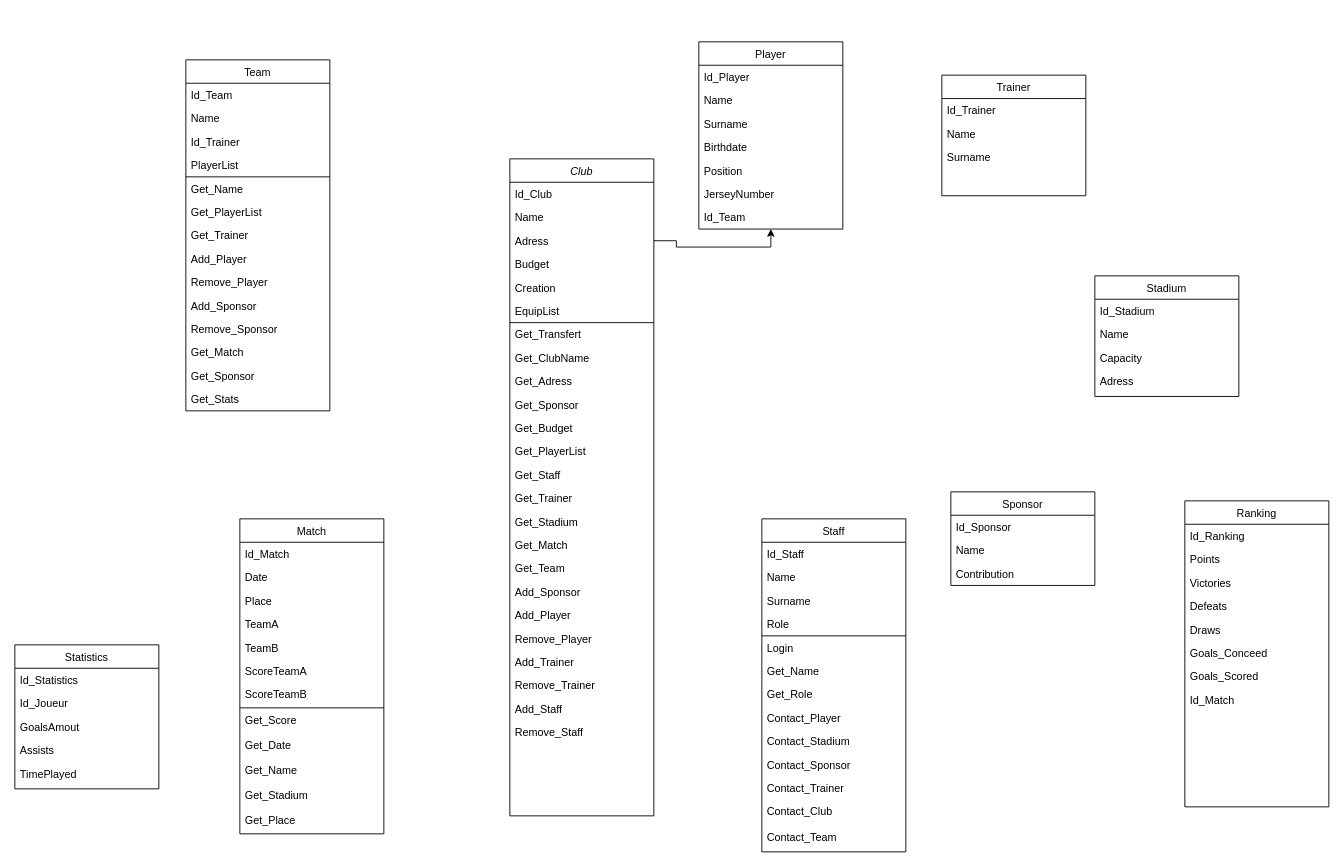
Before: Diagramme sans nom.drawio in Maxou-153/MonomeBreche, a draw.io diagram. Source tidied: cells renumbered, new cells numbered last; positions are measured from the earlier drawing's top-left corner, leaving out a move shared by most shapes. Both pictures are drawn from the tidied source at 90%, with x=0, y=0 at pixel (14, 41).
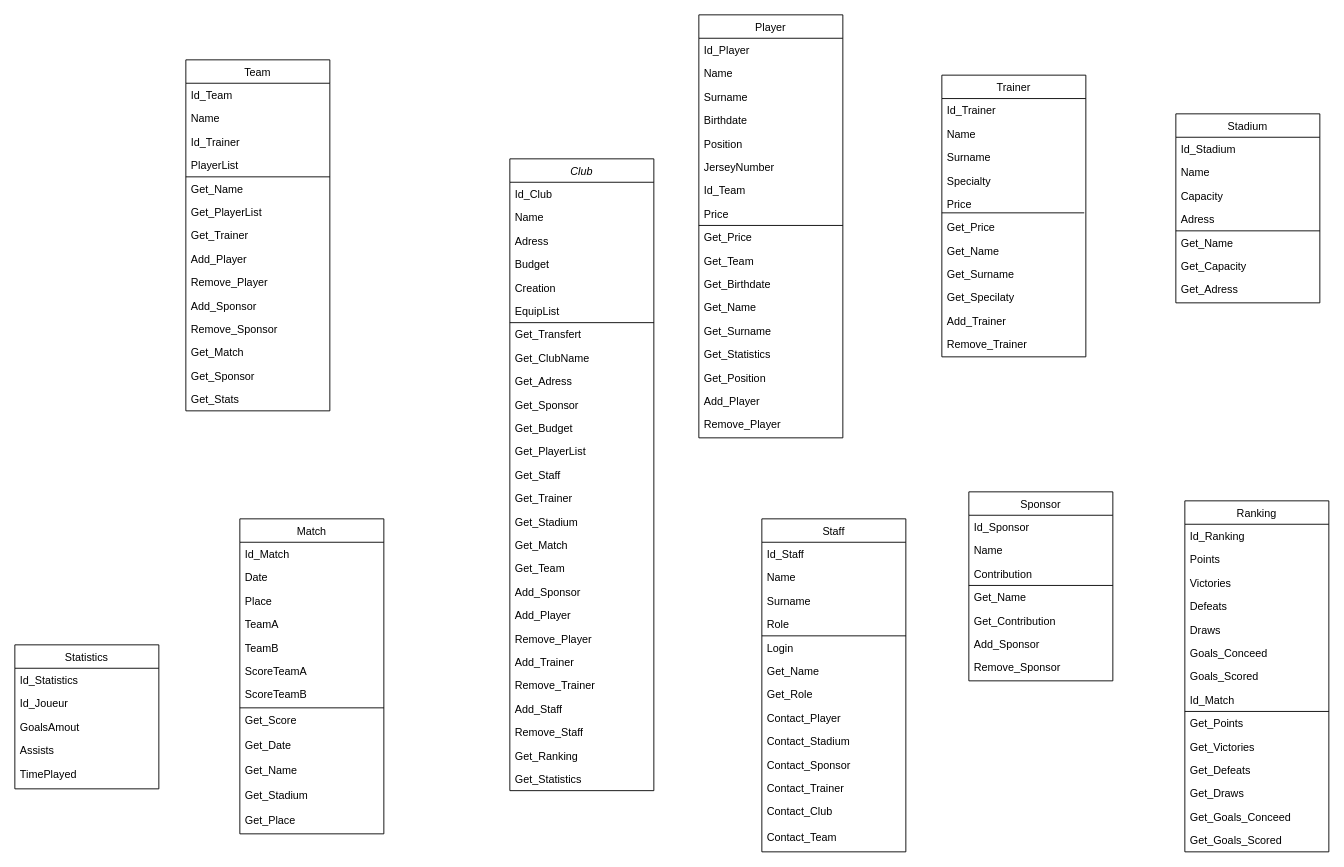
The same diagram, later.

Commit message (it also covers changes not shown here):
Mettre à jour Diagramme sans nom.drawio

The change refers to these unchanged cells:
```xml
<mxCell id="5" value="Adress" style="text;align=left;verticalAlign=top;spacingLeft=4;spacingRight=4;overflow=hidden;points=[[0,0.5],[1,0.5]];portConstraint=eastwest;rounded=0;shadow=0;html=0;" parent="2" vertex="1">
  <mxGeometry y="78" width="160" height="26" as="geometry" />
</mxCell>
```

The edit, as a diff of the source:
```diff
@@
     <mxCell id="2" value="Club" style="swimlane;fontStyle=2;align=center;verticalAlign=top;horizontal=1;startSize=26;rounded=0;shadow=0;strokeWidth=1;" parent="1" vertex="1">
-      <mxGeometry x="550" y="130" width="160" height="730" as="geometry" />
+      <mxGeometry x="550" y="130" width="160" height="702" as="geometry" />
     </mxCell>
@@
+    <mxCell id="110" value="Get_Ranking" style="text;align=left;verticalAlign=top;spacingLeft=4;spacingRight=4;overflow=hidden;rounded=0;shadow=0;html=0;" parent="2" vertex="1">
+      <mxGeometry y="650" width="160" height="26" as="geometry" />
+    </mxCell>
+    <mxCell id="111" value="Get_Statistics" style="text;align=left;verticalAlign=top;spacingLeft=4;spacingRight=4;overflow=hidden;rounded=0;shadow=0;html=0;" parent="2" vertex="1">
+      <mxGeometry y="676" width="160" height="26" as="geometry" />
+    </mxCell>
     <mxCell id="28" value="Player" style="swimlane;fontStyle=0;align=center;verticalAlign=top;horizontal=1;startSize=26;rounded=0;shadow=0;strokeWidth=1;" parent="1" vertex="1">
-      <mxGeometry x="760" width="160" height="208" as="geometry" />
+      <mxGeometry x="760" y="-30" width="160" height="470" as="geometry" />
     </mxCell>
@@
+    <mxCell id="112" value="Price" style="text;align=left;verticalAlign=top;spacingLeft=4;spacingRight=4;overflow=hidden;" parent="28" vertex="1">
+      <mxGeometry y="208" width="160" height="26" as="geometry" />
+    </mxCell>
+    <mxCell id="113" style="endArrow=none;html=1;rounded=0;" parent="28" edge="1">
+      <mxGeometry relative="1" as="geometry">
+        <mxPoint y="234" as="sourcePoint" />
+        <mxPoint x="160" y="234" as="targetPoint" />
+      </mxGeometry>
+    </mxCell>
+    <mxCell id="114" value="Get_Price" style="text;align=left;verticalAlign=top;spacingLeft=4;spacingRight=4;overflow=hidden;" parent="28" vertex="1">
+      <mxGeometry y="234" width="160" height="26" as="geometry" />
+    </mxCell>
+    <mxCell id="115" value="Get_Team" style="text;align=left;verticalAlign=top;spacingLeft=4;spacingRight=4;overflow=hidden;" parent="28" vertex="1">
+      <mxGeometry y="260" width="160" height="26" as="geometry" />
+    </mxCell>
+    <mxCell id="116" value="Get_Birthdate" style="text;align=left;verticalAlign=top;spacingLeft=4;spacingRight=4;overflow=hidden;" parent="28" vertex="1">
+      <mxGeometry y="286" width="160" height="26" as="geometry" />
+    </mxCell>
+    <mxCell id="117" value="Get_Name" style="text;align=left;verticalAlign=top;spacingLeft=4;spacingRight=4;overflow=hidden;" parent="28" vertex="1">
+      <mxGeometry y="312" width="160" height="26" as="geometry" />
+    </mxCell>
+    <mxCell id="118" value="Get_Surname" style="text;align=left;verticalAlign=top;spacingLeft=4;spacingRight=4;overflow=hidden;" parent="28" vertex="1">
+      <mxGeometry y="338" width="160" height="26" as="geometry" />
+    </mxCell>
+    <mxCell id="119" value="Get_Statistics" style="text;align=left;verticalAlign=top;spacingLeft=4;spacingRight=4;overflow=hidden;" parent="28" vertex="1">
+      <mxGeometry y="364" width="160" height="26" as="geometry" />
+    </mxCell>
+    <mxCell id="120" value="Get_Position" style="text;align=left;verticalAlign=top;spacingLeft=4;spacingRight=4;overflow=hidden;" parent="28" vertex="1">
+      <mxGeometry y="390" width="160" height="26" as="geometry" />
+    </mxCell>
+    <mxCell id="121" value="Add_Player" style="text;align=left;verticalAlign=top;spacingLeft=4;spacingRight=4;overflow=hidden;" parent="28" vertex="1">
+      <mxGeometry y="416" width="160" height="26" as="geometry" />
+    </mxCell>
+    <mxCell id="122" value="Remove_Player" style="text;align=left;verticalAlign=top;spacingLeft=4;spacingRight=4;overflow=hidden;" parent="28" vertex="1">
+      <mxGeometry y="442" width="160" height="26" as="geometry" />
+    </mxCell>
@@
     <mxCell id="52" value="Trainer" style="swimlane;fontStyle=0;align=center;verticalAlign=top;horizontal=1;startSize=26;rounded=0;shadow=0;strokeWidth=1;" parent="1" vertex="1">
-      <mxGeometry x="1030" y="37" width="160" height="134" as="geometry" />
+      <mxGeometry x="1030" y="37" width="160" height="313" as="geometry" />
     </mxCell>
@@
+    <mxCell id="123" style="endArrow=none;html=1;rounded=0;entryX=0.989;entryY=0.962;entryDx=0;entryDy=0;entryPerimeter=0;" parent="52" edge="1">
+      <mxGeometry relative="1" as="geometry">
+        <mxPoint y="153" as="sourcePoint" />
+        <mxPoint x="158.2" y="153" as="targetPoint" />
+      </mxGeometry>
+    </mxCell>
+    <mxCell id="124" value="Specialty" style="text;align=left;verticalAlign=top;spacingLeft=4;spacingRight=4;overflow=hidden;rounded=0;shadow=0;html=0;" parent="52" vertex="1">
+      <mxGeometry y="104" width="160" height="26" as="geometry" />
+    </mxCell>
+    <mxCell id="125" value="Price" style="text;align=left;verticalAlign=top;spacingLeft=4;spacingRight=4;overflow=hidden;rounded=0;shadow=0;html=0;" parent="52" vertex="1">
+      <mxGeometry y="130" width="160" height="26" as="geometry" />
+    </mxCell>
+    <mxCell id="126" value="Get_Price" style="text;align=left;verticalAlign=top;spacingLeft=4;spacingRight=4;overflow=hidden;rounded=0;shadow=0;html=0;" parent="52" vertex="1">
+      <mxGeometry y="156" width="160" height="26" as="geometry" />
+    </mxCell>
+    <mxCell id="127" value="Get_Name" style="text;align=left;verticalAlign=top;spacingLeft=4;spacingRight=4;overflow=hidden;rounded=0;shadow=0;html=0;" parent="52" vertex="1">
+      <mxGeometry y="182" width="160" height="26" as="geometry" />
+    </mxCell>
+    <mxCell id="128" value="Get_Surname" style="text;align=left;verticalAlign=top;spacingLeft=4;spacingRight=4;overflow=hidden;rounded=0;shadow=0;html=0;" parent="52" vertex="1">
+      <mxGeometry y="208" width="160" height="26" as="geometry" />
+    </mxCell>
+    <mxCell id="129" value="Get_Specilaty" style="text;align=left;verticalAlign=top;spacingLeft=4;spacingRight=4;overflow=hidden;rounded=0;shadow=0;html=0;" parent="52" vertex="1">
+      <mxGeometry y="234" width="160" height="26" as="geometry" />
+    </mxCell>
+    <mxCell id="130" value="Add_Trainer" style="text;align=left;verticalAlign=top;spacingLeft=4;spacingRight=4;overflow=hidden;rounded=0;shadow=0;html=0;" parent="52" vertex="1">
+      <mxGeometry y="260" width="160" height="26" as="geometry" />
+    </mxCell>
+    <mxCell id="131" value="Remove_Trainer" style="text;align=left;verticalAlign=top;spacingLeft=4;spacingRight=4;overflow=hidden;rounded=0;shadow=0;html=0;" parent="52" vertex="1">
+      <mxGeometry y="286" width="160" height="26" as="geometry" />
+    </mxCell>
@@
     <mxCell id="70" value="Stadium" style="swimlane;fontStyle=0;align=center;verticalAlign=top;horizontal=1;startSize=26;rounded=0;shadow=0;strokeWidth=1;" parent="1" vertex="1">
-      <mxGeometry x="1200" y="260" width="160" height="134" as="geometry" />
+      <mxGeometry x="1290" y="80" width="160" height="210" as="geometry" />
     </mxCell>
@@
+    <mxCell id="132" style="endArrow=none;html=1;rounded=0;" parent="70" edge="1">
+      <mxGeometry relative="1" as="geometry">
+        <mxPoint y="130" as="sourcePoint" />
+        <mxPoint x="160" y="130" as="targetPoint" />
+      </mxGeometry>
+    </mxCell>
+    <mxCell id="133" value="Get_Name" style="text;align=left;verticalAlign=top;spacingLeft=4;spacingRight=4;overflow=hidden;rounded=0;shadow=0;html=0;" parent="70" vertex="1">
+      <mxGeometry y="130" width="160" height="26" as="geometry" />
+    </mxCell>
+    <mxCell id="134" value="Get_Capacity" style="text;align=left;verticalAlign=top;spacingLeft=4;spacingRight=4;overflow=hidden;rounded=0;shadow=0;html=0;" parent="70" vertex="1">
+      <mxGeometry y="156" width="160" height="26" as="geometry" />
+    </mxCell>
+    <mxCell id="135" value="Get_Adress" style="text;align=left;verticalAlign=top;spacingLeft=4;spacingRight=4;overflow=hidden;rounded=0;shadow=0;html=0;" parent="70" vertex="1">
+      <mxGeometry y="182" width="160" height="26" as="geometry" />
+    </mxCell>
     <mxCell id="75" value="Sponsor" style="swimlane;fontStyle=0;align=center;verticalAlign=top;horizontal=1;startSize=26;rounded=0;shadow=0;strokeWidth=1;" parent="1" vertex="1">
-      <mxGeometry x="1040" y="500" width="160" height="104" as="geometry" />
+      <mxGeometry x="1060" y="500" width="160" height="210" as="geometry" />
     </mxCell>
@@
+    <mxCell id="136" style="endArrow=none;html=1;rounded=0;" parent="75" edge="1">
+      <mxGeometry relative="1" as="geometry">
+        <mxPoint y="104" as="sourcePoint" />
+        <mxPoint x="160" y="104" as="targetPoint" />
+      </mxGeometry>
+    </mxCell>
+    <mxCell id="137" value="Get_Name" style="text;align=left;verticalAlign=top;spacingLeft=4;spacingRight=4;overflow=hidden;rounded=0;shadow=0;html=0;" parent="75" vertex="1">
+      <mxGeometry y="104" width="160" height="26" as="geometry" />
+    </mxCell>
+    <mxCell id="138" value="Get_Contribution" style="text;align=left;verticalAlign=top;spacingLeft=4;spacingRight=4;overflow=hidden;rounded=0;shadow=0;html=0;" parent="75" vertex="1">
+      <mxGeometry y="130" width="160" height="26" as="geometry" />
+    </mxCell>
+    <mxCell id="139" value="Add_Sponsor" style="text;align=left;verticalAlign=top;spacingLeft=4;spacingRight=4;overflow=hidden;rounded=0;shadow=0;html=0;" parent="75" vertex="1">
+      <mxGeometry y="156" width="160" height="26" as="geometry" />
+    </mxCell>
+    <mxCell id="140" value="Remove_Sponsor" style="text;align=left;verticalAlign=top;spacingLeft=4;spacingRight=4;overflow=hidden;rounded=0;shadow=0;html=0;" parent="75" vertex="1">
+      <mxGeometry y="182" width="160" height="26" as="geometry" />
+    </mxCell>
@@
-    <mxCell id="100" style="edgeStyle=orthogonalEdgeStyle;rounded=0;jettySize=auto;html=1;exitX=1;exitY=0.5;exitDx=0;exitDy=0;entryX=0.5;entryY=1;entryDx=0;entryDy=0;" parent="1" edge="1" source="5" target="28">
-      <mxGeometry relative="1" as="geometry" />
-    </mxCell>
     <mxCell id="101" value="Ranking" style="swimlane;fontStyle=0;align=center;verticalAlign=top;horizontal=1;startSize=26;rounded=0;shadow=0;strokeWidth=1;" parent="1" vertex="1">
-      <mxGeometry x="1300" y="510" width="160" height="340" as="geometry" />
+      <mxGeometry x="1300" y="510" width="160" height="390" as="geometry" />
     </mxCell>
@@
+    <mxCell id="141" style="endArrow=none;html=1;rounded=0;" parent="101" edge="1">
+      <mxGeometry relative="1" as="geometry">
+        <mxPoint y="234" as="sourcePoint" />
+        <mxPoint x="160" y="234" as="targetPoint" />
+      </mxGeometry>
+    </mxCell>
+    <mxCell id="142" value="Get_Points" style="text;align=left;verticalAlign=top;spacingLeft=4;spacingRight=4;overflow=hidden;rounded=0;shadow=0;html=0;" parent="101" vertex="1">
+      <mxGeometry y="234" width="160" height="26" as="geometry" />
+    </mxCell>
+    <mxCell id="143" value="Get_Victories" style="text;align=left;verticalAlign=top;spacingLeft=4;spacingRight=4;overflow=hidden;rounded=0;shadow=0;html=0;" parent="101" vertex="1">
+      <mxGeometry y="260" width="160" height="26" as="geometry" />
+    </mxCell>
+    <mxCell id="144" value="Get_Defeats" style="text;align=left;verticalAlign=top;spacingLeft=4;spacingRight=4;overflow=hidden;rounded=0;shadow=0;html=0;" parent="101" vertex="1">
+      <mxGeometry y="286" width="160" height="26" as="geometry" />
+    </mxCell>
+    <mxCell id="145" value="Get_Draws" style="text;align=left;verticalAlign=top;spacingLeft=4;spacingRight=4;overflow=hidden;rounded=0;shadow=0;html=0;" parent="101" vertex="1">
+      <mxGeometry y="312" width="160" height="26" as="geometry" />
+    </mxCell>
+    <mxCell id="146" value="Get_Goals_Conceed" style="text;align=left;verticalAlign=top;spacingLeft=4;spacingRight=4;overflow=hidden;rounded=0;shadow=0;html=0;" parent="101" vertex="1">
+      <mxGeometry y="338" width="160" height="26" as="geometry" />
+    </mxCell>
+    <mxCell id="147" value="Get_Goals_Scored" style="text;align=left;verticalAlign=top;spacingLeft=4;spacingRight=4;overflow=hidden;rounded=0;shadow=0;html=0;" parent="101" vertex="1">
+      <mxGeometry y="364" width="160" height="26" as="geometry" />
+    </mxCell>
```
